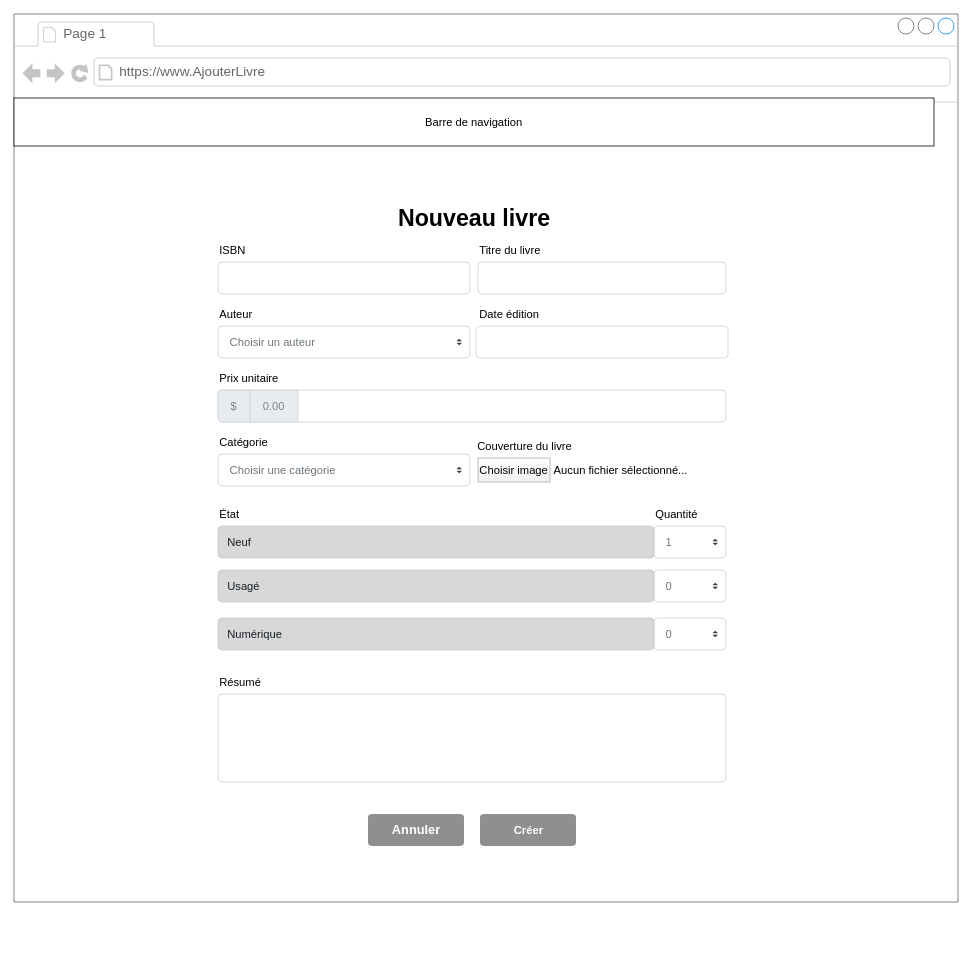
This is org/diagrammes/wireframes/ajout-livre/desktop.drawio from Feelschevreuil/vlisside-Survivor, a draw.io file, before an edit. Source tidied: cells renumbered, new cells numbered last; positions are measured from the earlier drawing's top-left corner, leaving out a move shared by most shapes. Both pictures are drawn from the tidied source at 80%, with x=0, y=0 at pixel (14, 14).
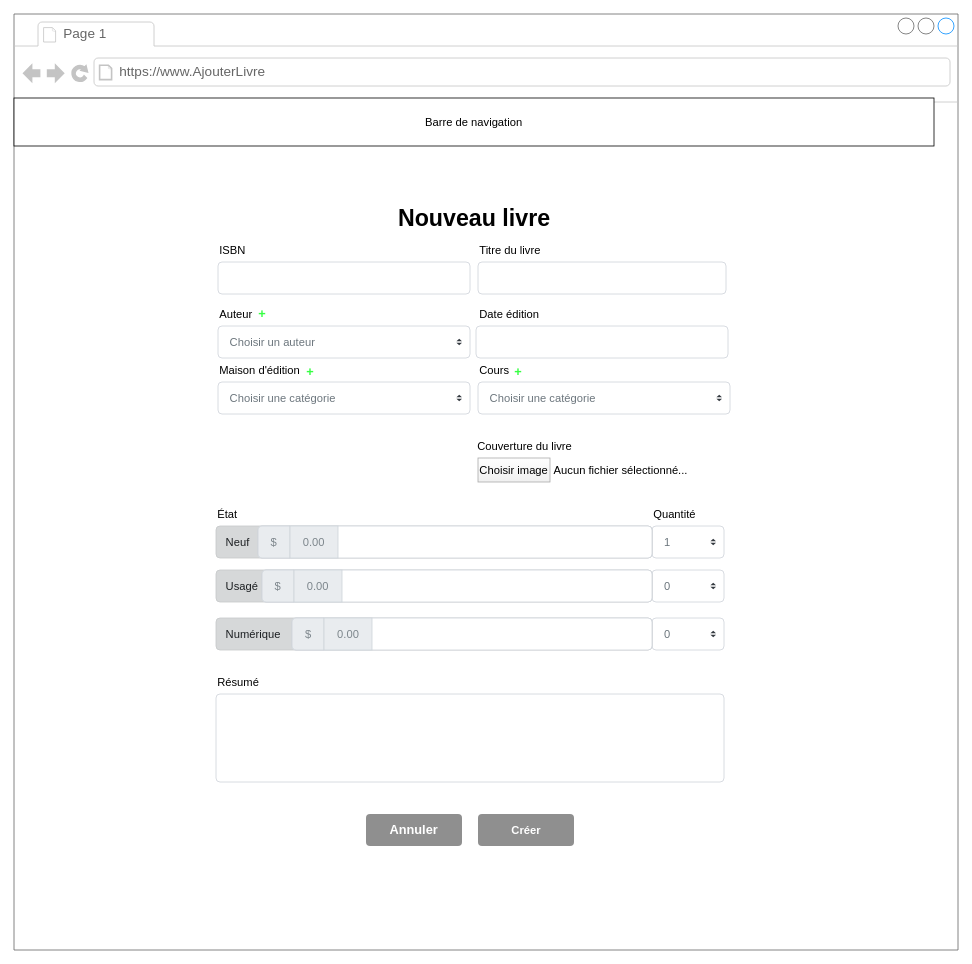
Above is the later version.

The edit, as a diff of the source:
```diff
@@
     <mxCell id="2" style="strokeWidth=1;shadow=0;dashed=0;align=center;html=1;shape=mxgraph.mockup.containers.browserWindow;rSize=0;strokeColor=#666666;strokeColor2=#008cff;strokeColor3=#c4c4c4;mainText=,;" parent="1" vertex="1">
-      <mxGeometry width="1180" height="1110" as="geometry" />
+      <mxGeometry width="1180" height="1170" as="geometry" />
     </mxCell>
@@
     <mxCell id="10" value="Résumé" style="fillColor=none;strokeColor=none;align=left;fontSize=14;" parent="2" vertex="1">
-      <mxGeometry x="255" y="820" width="100" height="30" as="geometry" />
+      <mxGeometry x="252.5" y="820" width="100" height="30" as="geometry" />
     </mxCell>
     <mxCell id="11" style="html=1;shadow=0;dashed=0;shape=mxgraph.bootstrap.rrect;rSize=5;fillColor=#ffffff;strokeColor=#CED4DA;align=left;spacing=15;fontSize=14;fontColor=#6C767D;" parent="2" vertex="1">
-      <mxGeometry x="255" y="850" width="635" height="110" as="geometry" />
+      <mxGeometry x="252.5" y="850" width="635" height="110" as="geometry" />
     </mxCell>
     <mxCell id="12" value="Créer" style="html=1;shadow=0;dashed=0;shape=mxgraph.bootstrap.rrect;rSize=5;fillColor=#8F8F8F;strokeColor=none;align=center;spacing=15;fontSize=14;fontColor=#ffffff;fontStyle=1;" parent="2" vertex="1">
-      <mxGeometry x="582.5" y="1000" width="120" height="40" as="geometry" />
+      <mxGeometry x="580" y="1000" width="120" height="40" as="geometry" />
     </mxCell>
@@
     <mxCell id="18" value="1" style="html=1;shadow=0;dashed=0;shape=mxgraph.bootstrap.rrect;rSize=5;fillColor=#ffffff;strokeColor=#CED4DA;align=left;spacing=15;fontSize=14;fontColor=#6C767D;" parent="2" vertex="1">
-      <mxGeometry x="800" y="640" width="90" height="40" as="geometry" />
+      <mxGeometry x="797.5" y="640" width="90" height="40" as="geometry" />
     </mxCell>
@@
-    <mxCell id="24" style="html=1;shadow=0;dashed=0;shape=mxgraph.bootstrap.rrect;rSize=5;strokeColor=#CED4DA;html=1;whiteSpace=wrap;fillColor=#FFFFFF;fontColor=#7D868C;align=left;spacing=15;spacingLeft=40;fontSize=14;" parent="2" vertex="1">
-      <mxGeometry x="255" y="470" width="635" height="40" as="geometry" />
-    </mxCell>
-    <mxCell id="25" value="$" style="html=1;shadow=0;dashed=0;shape=mxgraph.bootstrap.leftButton;strokeColor=inherit;gradientColor=inherit;fontColor=inherit;fillColor=#E9ECEF;rSize=5;perimeter=none;whiteSpace=wrap;fontSize=14;" parent="24" vertex="1">
-      <mxGeometry width="40" height="40" relative="1" as="geometry" />
-    </mxCell>
-    <mxCell id="26" value="0.00" style="html=1;shadow=0;dashed=0;strokeColor=inherit;gradientColor=inherit;fontColor=inherit;fillColor=#E9ECEF;perimeter=none;whiteSpace=wrap;fontSize=14;" parent="24" vertex="1">
-      <mxGeometry width="60" height="40" relative="1" as="geometry">
-        <mxPoint x="40" as="offset" />
-      </mxGeometry>
-    </mxCell>
-    <mxCell id="27" value="Prix unitaire" style="fillColor=none;strokeColor=none;align=left;fontSize=14;" parent="2" vertex="1">
-      <mxGeometry x="255" y="440" width="100" height="30" as="geometry" />
-    </mxCell>
     <mxCell id="28" value="État" style="fillColor=none;strokeColor=none;align=left;fontSize=14;" parent="2" vertex="1">
-      <mxGeometry x="255" y="610" width="100" height="30" as="geometry" />
+      <mxGeometry x="252.5" y="610" width="100" height="30" as="geometry" />
     </mxCell>
@@
     <mxCell id="31" value="Neuf" style="html=1;shadow=0;dashed=0;shape=mxgraph.bootstrap.rrect;rSize=5;strokeColor=#C6C8CA;strokeWidth=1;fillColor=#D6D8D9;fontColor=#1B1E21;whiteSpace=wrap;align=left;verticalAlign=middle;spacingLeft=10;fontSize=14;" parent="2" vertex="1">
-      <mxGeometry x="255" y="640" width="545" height="40" as="geometry" />
+      <mxGeometry x="252.5" y="640" width="545" height="40" as="geometry" />
     </mxCell>
     <mxCell id="32" value="Quantité" style="fillColor=none;strokeColor=none;align=left;fontSize=14;" parent="2" vertex="1">
-      <mxGeometry x="800" y="610" width="100" height="30" as="geometry" />
+      <mxGeometry x="797.5" y="610" width="100" height="30" as="geometry" />
     </mxCell>
     <mxCell id="33" value="0" style="html=1;shadow=0;dashed=0;shape=mxgraph.bootstrap.rrect;rSize=5;fillColor=#ffffff;strokeColor=#CED4DA;align=left;spacing=15;fontSize=14;fontColor=#6C767D;" parent="2" vertex="1">
-      <mxGeometry x="800" y="695" width="90" height="40" as="geometry" />
+      <mxGeometry x="797.5" y="695" width="90" height="40" as="geometry" />
     </mxCell>
@@
     <mxCell id="36" value="Usagé" style="html=1;shadow=0;dashed=0;shape=mxgraph.bootstrap.rrect;rSize=5;strokeColor=#C6C8CA;strokeWidth=1;fillColor=#D6D8D9;fontColor=#1B1E21;whiteSpace=wrap;align=left;verticalAlign=middle;spacingLeft=10;fontSize=14;" parent="2" vertex="1">
-      <mxGeometry x="255" y="695" width="545" height="40" as="geometry" />
+      <mxGeometry x="252.5" y="695" width="545" height="40" as="geometry" />
     </mxCell>
     <mxCell id="37" value="0" style="html=1;shadow=0;dashed=0;shape=mxgraph.bootstrap.rrect;rSize=5;fillColor=#ffffff;strokeColor=#CED4DA;align=left;spacing=15;fontSize=14;fontColor=#6C767D;" parent="2" vertex="1">
-      <mxGeometry x="800" y="755" width="90" height="40" as="geometry" />
+      <mxGeometry x="797.5" y="755" width="90" height="40" as="geometry" />
     </mxCell>
@@
     <mxCell id="40" value="Numérique" style="html=1;shadow=0;dashed=0;shape=mxgraph.bootstrap.rrect;rSize=5;strokeColor=#C6C8CA;strokeWidth=1;fillColor=#D6D8D9;fontColor=#1B1E21;whiteSpace=wrap;align=left;verticalAlign=middle;spacingLeft=10;fontSize=14;" parent="2" vertex="1">
-      <mxGeometry x="255" y="755" width="545" height="40" as="geometry" />
+      <mxGeometry x="252.5" y="755" width="545" height="40" as="geometry" />
     </mxCell>
-    <mxCell id="41" value="Choisir une catégorie" style="html=1;shadow=0;dashed=0;shape=mxgraph.bootstrap.rrect;rSize=5;fillColor=#ffffff;strokeColor=#CED4DA;align=left;spacing=15;fontSize=14;fontColor=#6C767D;" parent="2" vertex="1">
-      <mxGeometry x="255" y="550" width="315" height="40" as="geometry" />
-    </mxCell>
-    <mxCell id="42" style="shape=triangle;direction=south;fillColor=#343A40;strokeColor=none;perimeter=none;" parent="41" vertex="1">
-      <mxGeometry x="1" y="0.5" width="7" height="3" relative="1" as="geometry">
-        <mxPoint x="-17" y="1" as="offset" />
-      </mxGeometry>
-    </mxCell>
-    <mxCell id="43" style="shape=triangle;direction=north;fillColor=#343A40;strokeColor=none;perimeter=none;" parent="41" vertex="1">
-      <mxGeometry x="1" y="0.5" width="7" height="3" relative="1" as="geometry">
-        <mxPoint x="-17" y="-4" as="offset" />
-      </mxGeometry>
-    </mxCell>
-    <mxCell id="44" value="Catégorie" style="fillColor=none;strokeColor=none;align=left;fontSize=14;" parent="41" vertex="1">
-      <mxGeometry y="-30" width="100" height="30" as="geometry" />
-    </mxCell>
     <mxCell id="45" value="Annuler" style="html=1;shadow=0;dashed=0;shape=mxgraph.bootstrap.rrect;rSize=5;strokeColor=none;strokeWidth=1;fillColor=#8F8F8F;fontColor=#FFFFFF;whiteSpace=wrap;align=center;verticalAlign=middle;spacingLeft=0;fontStyle=1;fontSize=16;spacing=5;" parent="2" vertex="1">
-      <mxGeometry x="442.5" y="1000" width="120" height="40" as="geometry" />
+      <mxGeometry x="440" y="1000" width="120" height="40" as="geometry" />
     </mxCell>
+    <mxCell id="46" value="Choisir une catégorie" style="html=1;shadow=0;dashed=0;shape=mxgraph.bootstrap.rrect;rSize=5;fillColor=#ffffff;strokeColor=#CED4DA;align=left;spacing=15;fontSize=14;fontColor=#6C767D;" parent="2" vertex="1">
+      <mxGeometry x="580" y="460" width="315" height="40" as="geometry" />
+    </mxCell>
+    <mxCell id="47" style="shape=triangle;direction=south;fillColor=#343A40;strokeColor=none;perimeter=none;" parent="46" vertex="1">
+      <mxGeometry x="1" y="0.5" width="7" height="3" relative="1" as="geometry">
+        <mxPoint x="-17" y="1" as="offset" />
+      </mxGeometry>
+    </mxCell>
+    <mxCell id="48" style="shape=triangle;direction=north;fillColor=#343A40;strokeColor=none;perimeter=none;" parent="46" vertex="1">
+      <mxGeometry x="1" y="0.5" width="7" height="3" relative="1" as="geometry">
+        <mxPoint x="-17" y="-4" as="offset" />
+      </mxGeometry>
+    </mxCell>
+    <mxCell id="49" value="Cours" style="fillColor=none;strokeColor=none;align=left;fontSize=14;" parent="46" vertex="1">
+      <mxGeometry y="-30" width="100" height="30" as="geometry" />
+    </mxCell>
+    <mxCell id="50" value="&lt;b&gt;&lt;font style=&quot;font-size: 16px&quot;&gt;+&lt;/font&gt;&lt;/b&gt;" style="text;html=1;align=center;verticalAlign=middle;strokeColor=none;fillColor=none;fontColor=#36FF43;" parent="46" vertex="1">
+      <mxGeometry x="40" y="-23" width="20" height="20" as="geometry" />
+    </mxCell>
+    <mxCell id="51" style="html=1;shadow=0;dashed=0;shape=mxgraph.bootstrap.rrect;rSize=5;strokeColor=#CED4DA;html=1;whiteSpace=wrap;fillColor=#FFFFFF;fontColor=#7D868C;align=left;spacing=15;spacingLeft=40;fontSize=14;" parent="2" vertex="1">
+      <mxGeometry x="305" y="640" width="492.5" height="40" as="geometry" />
+    </mxCell>
+    <mxCell id="52" value="$" style="html=1;shadow=0;dashed=0;shape=mxgraph.bootstrap.leftButton;strokeColor=inherit;gradientColor=inherit;fontColor=inherit;fillColor=#E9ECEF;rSize=5;perimeter=none;whiteSpace=wrap;fontSize=14;" parent="51" vertex="1">
+      <mxGeometry width="40" height="40" relative="1" as="geometry" />
+    </mxCell>
+    <mxCell id="53" value="0.00" style="html=1;shadow=0;dashed=0;strokeColor=inherit;gradientColor=inherit;fontColor=inherit;fillColor=#E9ECEF;perimeter=none;whiteSpace=wrap;fontSize=14;" parent="51" vertex="1">
+      <mxGeometry width="60" height="40" relative="1" as="geometry">
+        <mxPoint x="40" as="offset" />
+      </mxGeometry>
+    </mxCell>
+    <mxCell id="54" style="html=1;shadow=0;dashed=0;shape=mxgraph.bootstrap.rrect;rSize=5;strokeColor=#CED4DA;html=1;whiteSpace=wrap;fillColor=#FFFFFF;fontColor=#7D868C;align=left;spacing=15;spacingLeft=40;fontSize=14;" parent="2" vertex="1">
+      <mxGeometry x="310" y="695" width="487.5" height="40" as="geometry" />
+    </mxCell>
+    <mxCell id="55" value="$" style="html=1;shadow=0;dashed=0;shape=mxgraph.bootstrap.leftButton;strokeColor=inherit;gradientColor=inherit;fontColor=inherit;fillColor=#E9ECEF;rSize=5;perimeter=none;whiteSpace=wrap;fontSize=14;" parent="54" vertex="1">
+      <mxGeometry width="40" height="40" relative="1" as="geometry" />
+    </mxCell>
+    <mxCell id="56" value="0.00" style="html=1;shadow=0;dashed=0;strokeColor=inherit;gradientColor=inherit;fontColor=inherit;fillColor=#E9ECEF;perimeter=none;whiteSpace=wrap;fontSize=14;" parent="54" vertex="1">
+      <mxGeometry width="60" height="40" relative="1" as="geometry">
+        <mxPoint x="40" as="offset" />
+      </mxGeometry>
+    </mxCell>
+    <mxCell id="57" style="html=1;shadow=0;dashed=0;shape=mxgraph.bootstrap.rrect;rSize=5;strokeColor=#CED4DA;html=1;whiteSpace=wrap;fillColor=#FFFFFF;fontColor=#7D868C;align=left;spacing=15;spacingLeft=40;fontSize=14;" parent="2" vertex="1">
+      <mxGeometry x="347.5" y="755" width="450" height="40" as="geometry" />
+    </mxCell>
+    <mxCell id="58" value="$" style="html=1;shadow=0;dashed=0;shape=mxgraph.bootstrap.leftButton;strokeColor=inherit;gradientColor=inherit;fontColor=inherit;fillColor=#E9ECEF;rSize=5;perimeter=none;whiteSpace=wrap;fontSize=14;" parent="57" vertex="1">
+      <mxGeometry width="40" height="40" relative="1" as="geometry" />
+    </mxCell>
+    <mxCell id="59" value="0.00" style="html=1;shadow=0;dashed=0;strokeColor=inherit;gradientColor=inherit;fontColor=inherit;fillColor=#E9ECEF;perimeter=none;whiteSpace=wrap;fontSize=14;" parent="57" vertex="1">
+      <mxGeometry width="60" height="40" relative="1" as="geometry">
+        <mxPoint x="40" as="offset" />
+      </mxGeometry>
+    </mxCell>
+    <mxCell id="60" value="Choisir une catégorie" style="html=1;shadow=0;dashed=0;shape=mxgraph.bootstrap.rrect;rSize=5;fillColor=#ffffff;strokeColor=#CED4DA;align=left;spacing=15;fontSize=14;fontColor=#6C767D;" parent="2" vertex="1">
+      <mxGeometry x="255" y="460" width="315" height="40" as="geometry" />
+    </mxCell>
+    <mxCell id="61" style="shape=triangle;direction=south;fillColor=#343A40;strokeColor=none;perimeter=none;" parent="60" vertex="1">
+      <mxGeometry x="1" y="0.5" width="7" height="3" relative="1" as="geometry">
+        <mxPoint x="-17" y="1" as="offset" />
+      </mxGeometry>
+    </mxCell>
+    <mxCell id="62" style="shape=triangle;direction=north;fillColor=#343A40;strokeColor=none;perimeter=none;" parent="60" vertex="1">
+      <mxGeometry x="1" y="0.5" width="7" height="3" relative="1" as="geometry">
+        <mxPoint x="-17" y="-4" as="offset" />
+      </mxGeometry>
+    </mxCell>
+    <mxCell id="63" value="Maison d'édition" style="fillColor=none;strokeColor=none;align=left;fontSize=14;" parent="60" vertex="1">
+      <mxGeometry y="-30" width="100" height="30" as="geometry" />
+    </mxCell>
+    <mxCell id="64" value="&lt;b&gt;&lt;font style=&quot;font-size: 16px&quot;&gt;+&lt;/font&gt;&lt;/b&gt;" style="text;html=1;align=center;verticalAlign=middle;strokeColor=none;fillColor=none;fontColor=#36FF43;" parent="2" vertex="1">
+      <mxGeometry x="360" y="437" width="20" height="20" as="geometry" />
+    </mxCell>
+    <mxCell id="65" value="&lt;b&gt;&lt;font style=&quot;font-size: 16px&quot;&gt;+&lt;/font&gt;&lt;/b&gt;" style="text;html=1;align=center;verticalAlign=middle;strokeColor=none;fillColor=none;fontColor=#36FF43;" parent="2" vertex="1">
+      <mxGeometry x="300" y="365" width="20" height="20" as="geometry" />
+    </mxCell>
```
